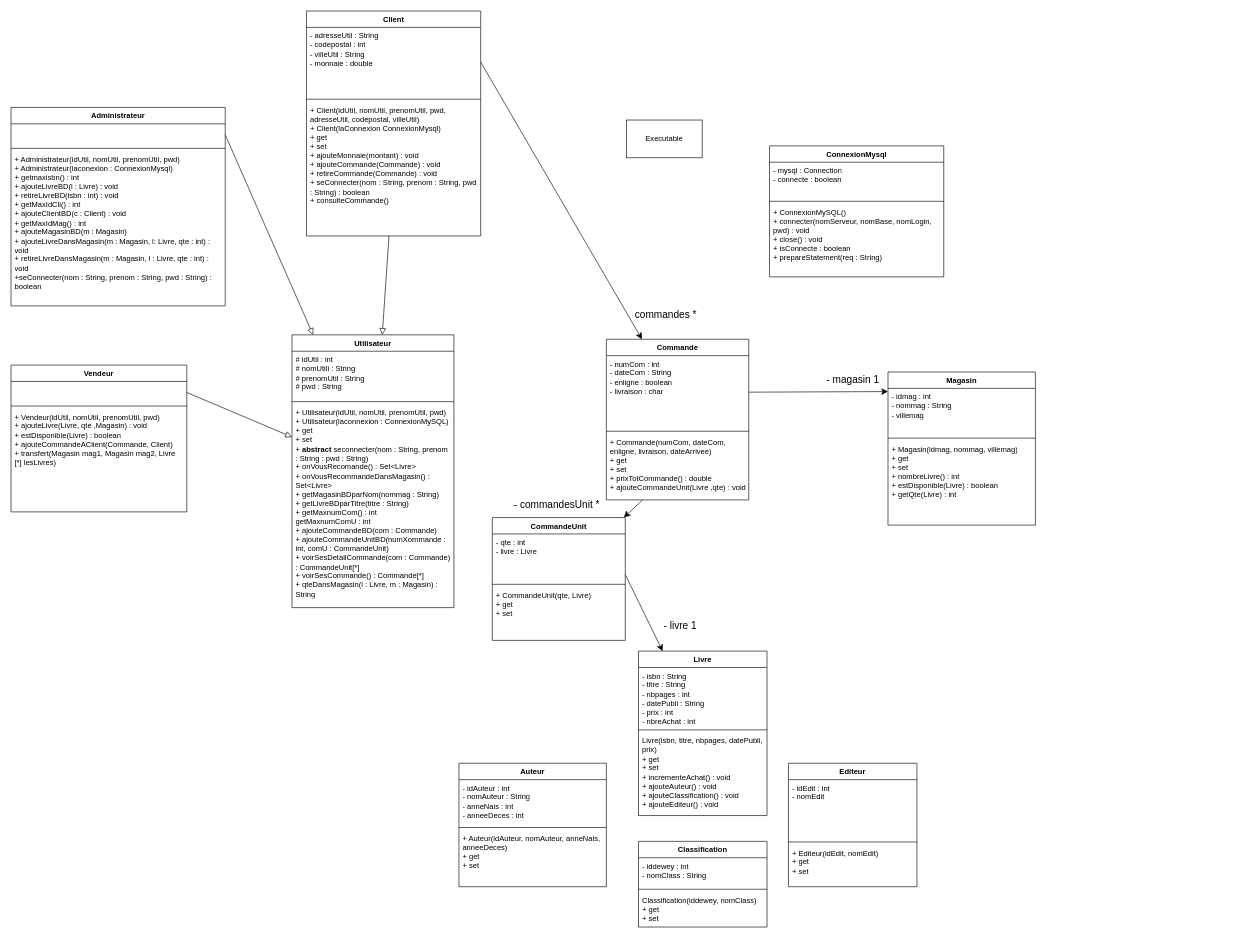
The draw.io diagram UML.drawio in BastienMonet/SAEjava2.03, before the edit. Source tidied: cells renumbered, new cells numbered last; positions are measured from the earlier drawing's top-left corner, leaving out a move shared by most shapes. Both pictures are drawn from the tidied source at 63%, with x=0, y=0 at pixel (11, 11).
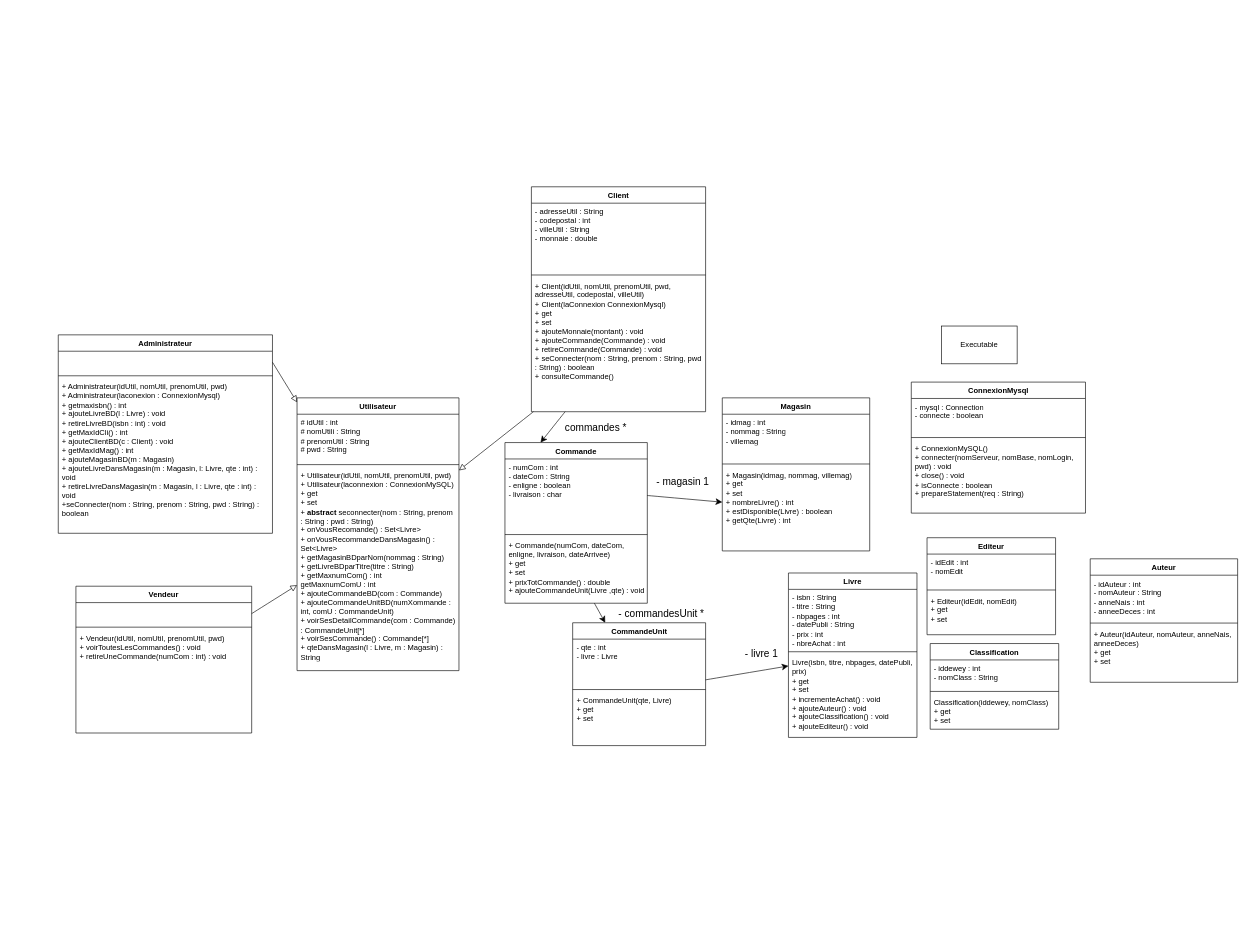
Above is the later version.

Commit message:
ajout vendeur UML

Unchanged cells that the change refers to:
```xml
<mxCell id="12" value="&lt;div&gt;- numCom : int&lt;/div&gt;&lt;div&gt;- dateCom : String&lt;/div&gt;&lt;div&gt;- enligne : boolean&lt;/div&gt;&lt;div&gt;- livraison : char&lt;/div&gt;&lt;div&gt;&lt;br&gt;&lt;/div&gt;" style="text;strokeColor=none;fillColor=none;align=left;verticalAlign=top;spacingLeft=4;spacingRight=4;overflow=hidden;points=[[0,0.5],[1,0.5]];portConstraint=eastwest;whiteSpace=wrap;html=1;" parent="11" vertex="1">
  <mxGeometry y="26" width="226" height="116" as="geometry" />
</mxCell>
<mxCell id="28" value="&lt;div&gt;- idmag : int&lt;/div&gt;&lt;div&gt;- nommag : String&lt;/div&gt;&lt;div&gt;- villemag&lt;/div&gt;" style="text;strokeColor=none;fillColor=none;align=left;verticalAlign=top;spacingLeft=4;spacingRight=4;overflow=hidden;points=[[0,0.5],[1,0.5]];portConstraint=eastwest;whiteSpace=wrap;html=1;" parent="27" vertex="1">
  <mxGeometry y="26" width="234" height="75" as="geometry" />
</mxCell>
<mxCell id="30" value="&lt;div&gt;&lt;div&gt;+ Magasin(idmag, nommag, villemag)&lt;/div&gt;&lt;div&gt;+ get&lt;/div&gt;&lt;div&gt;+ set&lt;/div&gt;&lt;/div&gt;&lt;div&gt;+ nombreLivre() : int&lt;/div&gt;&lt;div&gt;+ estDisponible(Livre) : boolean&lt;/div&gt;&lt;div&gt;&lt;span style=&quot;background-color: transparent;&quot;&gt;+ getQte(Livre) : int&lt;/span&gt;&lt;/div&gt;" style="text;strokeColor=none;fillColor=none;align=left;verticalAlign=top;spacingLeft=4;spacingRight=4;overflow=hidden;points=[[0,0.5],[1,0.5]];portConstraint=eastwest;whiteSpace=wrap;html=1;" parent="27" vertex="1">
  <mxGeometry y="109" width="234" height="134" as="geometry" />
</mxCell>
<mxCell id="32" value="&lt;div&gt;- adresseUtil : String&lt;/div&gt;&lt;div&gt;- codepostal : int&lt;/div&gt;&lt;div&gt;- villeUtil : String &lt;br&gt;&lt;/div&gt;&lt;div&gt;- monnaie : double&lt;/div&gt;" style="text;strokeColor=none;fillColor=none;align=left;verticalAlign=top;spacingLeft=4;spacingRight=4;overflow=hidden;points=[[0,0.5],[1,0.5]];portConstraint=eastwest;whiteSpace=wrap;html=1;" parent="31" vertex="1">
  <mxGeometry y="26" width="276.5" height="110" as="geometry" />
</mxCell>
<mxCell id="34" value="&lt;div&gt;+ Client(idUtil, nomUtil, prenomUtil, pwd, adresseUtil, codepostal, villeUtil)&lt;/div&gt;&lt;div&gt;+ Client(laConnexion ConnexionMysql)&lt;/div&gt;&lt;div&gt;+ get&lt;/div&gt;&lt;div&gt;+ set&lt;/div&gt;&lt;div&gt;+ ajouteMonnaie(montant) : void&lt;/div&gt;&lt;div&gt;+ ajouteCommande(Commande) : void&lt;/div&gt;&lt;div&gt;+ retireCommande(Commande) : void&lt;/div&gt;&lt;div&gt;+ seConnecter(nom : String, prenom : String, pwd : String) : boolean&lt;/div&gt;&lt;div&gt;+ consulteCommande()&lt;/div&gt;" style="text;strokeColor=none;fillColor=none;align=left;verticalAlign=top;spacingLeft=4;spacingRight=4;overflow=hidden;points=[[0,0.5],[1,0.5]];portConstraint=eastwest;whiteSpace=wrap;html=1;" parent="31" vertex="1">
  <mxGeometry y="144" width="276.5" height="213" as="geometry" />
</mxCell>
```

The edit, as a diff of the source:
```diff
@@
     <mxCell id="2" value="Utilisateur" style="swimlane;fontStyle=1;align=center;verticalAlign=top;horizontal=1;startSize=26;whiteSpace=wrap;html=1;" parent="1" vertex="1">
-      <mxGeometry x="446" y="514" width="257" height="433" as="geometry" />
+      <mxGeometry x="454" y="614" width="257" height="433" as="geometry" />
     </mxCell>
@@
     <mxCell id="6" value="Livre" style="swimlane;fontStyle=1;align=center;verticalAlign=top;horizontal=1;startSize=26;whiteSpace=wrap;html=1;" parent="1" vertex="1">
-      <mxGeometry x="996" y="1016" width="204" height="261" as="geometry" />
+      <mxGeometry x="1234" y="892" width="204" height="261" as="geometry" />
     </mxCell>
@@
     <mxCell id="11" value="Commande" style="swimlane;fontStyle=1;align=center;verticalAlign=top;horizontal=1;startSize=26;whiteSpace=wrap;html=1;" parent="1" vertex="1">
-      <mxGeometry x="945" y="521" width="226" height="255" as="geometry" />
+      <mxGeometry x="784" y="685" width="226" height="255" as="geometry" />
     </mxCell>
@@
     <mxCell id="15" value="Editeur" style="swimlane;fontStyle=1;align=center;verticalAlign=top;horizontal=1;startSize=26;whiteSpace=wrap;html=1;" parent="1" vertex="1">
-      <mxGeometry x="1234" y="1194" width="204" height="196" as="geometry" />
+      <mxGeometry x="1454" y="836" width="204" height="154" as="geometry" />
     </mxCell>
     <mxCell id="16" value="&lt;div&gt;- idEdit : int&lt;/div&gt;&lt;div&gt;- nomEdit&lt;/div&gt;" style="text;strokeColor=none;fillColor=none;align=left;verticalAlign=top;spacingLeft=4;spacingRight=4;overflow=hidden;whiteSpace=wrap;html=1;" parent="15" vertex="1">
-      <mxGeometry y="26" width="204" height="95" as="geometry" />
+      <mxGeometry y="26" width="204" height="53" as="geometry" />
     </mxCell>
     <mxCell id="17" style="line;strokeWidth=1;fillColor=none;align=left;verticalAlign=middle;spacingTop=-1;spacingLeft=3;spacingRight=3;labelPosition=right;strokeColor=inherit;" parent="15" vertex="1">
-      <mxGeometry y="121" width="204" height="8" as="geometry" />
+      <mxGeometry y="79" width="204" height="8" as="geometry" />
     </mxCell>
     <mxCell id="18" value="&lt;div&gt;+ Editeur(idEdit, nomEdit)&lt;/div&gt;&lt;div&gt;+ get&lt;/div&gt;&lt;div&gt;+ set&lt;/div&gt;" style="text;strokeColor=none;fillColor=none;align=left;verticalAlign=top;spacingLeft=4;spacingRight=4;overflow=hidden;whiteSpace=wrap;html=1;" parent="15" vertex="1">
-      <mxGeometry y="129" width="204" height="67" as="geometry" />
+      <mxGeometry y="87" width="204" height="67" as="geometry" />
     </mxCell>
     <mxCell id="19" value="Auteur" style="swimlane;fontStyle=1;align=center;verticalAlign=top;horizontal=1;startSize=26;whiteSpace=wrap;html=1;" parent="1" vertex="1">
-      <mxGeometry x="711" y="1194" width="234" height="196" as="geometry" />
+      <mxGeometry x="1713" y="869.5" width="234" height="196" as="geometry" />
     </mxCell>
@@
     <mxCell id="23" value="Classification" style="swimlane;fontStyle=1;align=center;verticalAlign=top;horizontal=1;startSize=26;whiteSpace=wrap;html=1;" parent="1" vertex="1">
-      <mxGeometry x="996" y="1318" width="204" height="136" as="geometry" />
+      <mxGeometry x="1459" y="1004" width="204" height="136" as="geometry" />
     </mxCell>
@@
     <mxCell id="27" value="Magasin" style="swimlane;fontStyle=1;align=center;verticalAlign=top;horizontal=1;startSize=26;whiteSpace=wrap;html=1;" parent="1" vertex="1">
-      <mxGeometry x="1392" y="573" width="234" height="243" as="geometry" />
+      <mxGeometry x="1129" y="614" width="234" height="243" as="geometry" />
     </mxCell>
@@
     <mxCell id="31" value="Client" style="swimlane;fontStyle=1;align=center;verticalAlign=top;horizontal=1;startSize=26;whiteSpace=wrap;html=1;" parent="1" vertex="1">
-      <mxGeometry x="469" width="276.5" height="357" as="geometry" />
+      <mxGeometry x="826" y="279" width="276.5" height="357" as="geometry" />
     </mxCell>
@@
     <mxCell id="35" value="Administrateur" style="swimlane;fontStyle=1;align=center;verticalAlign=top;horizontal=1;startSize=26;whiteSpace=wrap;html=1;" parent="1" vertex="1">
-      <mxGeometry y="153" width="340" height="315" as="geometry" />
+      <mxGeometry x="75" y="514" width="340" height="315" as="geometry" />
     </mxCell>
@@
-    <mxCell id="39" style="edgeStyle=none;curved=1;rounded=0;jettySize=auto;html=1;exitX=1;exitY=0.5;exitDx=0;exitDy=0;entryX=0;entryY=0.067;entryDx=0;entryDy=0;fontSize=12;startSize=8;endSize=8;entryPerimeter=0;" parent="1" edge="1" source="12" target="28">
+    <mxCell id="39" style="edgeStyle=none;curved=1;rounded=0;jettySize=auto;html=1;exitX=1;exitY=0.5;exitDx=0;exitDy=0;fontSize=12;startSize=8;endSize=8;" parent="1" edge="1" source="12" target="30">
       <mxGeometry relative="1" as="geometry" />
     </mxCell>
     <mxCell id="40" value="- magasin 1" style="text;html=1;align=center;verticalAlign=middle;strokeColor=none;fillColor=none;fontSize=16;" parent="1" vertex="1">
-      <mxGeometry x="1285" y="569" width="102" height="31" as="geometry" />
+      <mxGeometry x="1015" y="731" width="102" height="31" as="geometry" />
     </mxCell>
     <mxCell id="41" value="CommandeUnit" style="swimlane;fontStyle=1;align=center;verticalAlign=top;horizontal=1;startSize=26;whiteSpace=wrap;html=1;" parent="1" vertex="1">
-      <mxGeometry x="764" y="804" width="211" height="195" as="geometry" />
+      <mxGeometry x="891.5" y="971" width="211" height="195" as="geometry" />
     </mxCell>
@@
     <mxCell id="47" value="Vendeur" style="swimlane;fontStyle=1;align=center;verticalAlign=top;horizontal=1;startSize=26;whiteSpace=wrap;html=1;" parent="1" vertex="1">
-      <mxGeometry y="562" width="279" height="233" as="geometry" />
+      <mxGeometry x="103" y="913" width="279" height="233" as="geometry" />
     </mxCell>
@@
-    <mxCell id="50" value="&lt;div&gt;+ Vendeur(idUtil, nomUtil, prenomUtil, pwd)&lt;/div&gt;&lt;div&gt;&lt;div&gt;+ ajouteLivre(Livre, qte ,Magasin) : void&lt;/div&gt;&lt;div&gt;+ estDisponible(Livre) : boolean&lt;/div&gt;&lt;div&gt;+ ajouteCommandeAClient(Commande, Client)&lt;/div&gt;&lt;div&gt;&lt;div&gt;+ transfert(Magasin mag1, Magasin mag2, Livre [*] lesLivres)&lt;/div&gt;&lt;/div&gt;&lt;br&gt;&lt;/div&gt;" style="text;strokeColor=none;fillColor=none;align=left;verticalAlign=top;spacingLeft=4;spacingRight=4;overflow=hidden;whiteSpace=wrap;html=1;" parent="47" vertex="1">
+    <mxCell id="50" value="&lt;div&gt;+ Vendeur(idUtil, nomUtil, prenomUtil, pwd)&lt;/div&gt;&lt;div&gt;&lt;div&gt;+ voirToutesLesCommandes() : void&lt;/div&gt;&lt;div&gt;+ retireUneCommande(numCom : int) : void&lt;/div&gt;&lt;br&gt;&lt;/div&gt;" style="text;strokeColor=none;fillColor=none;align=left;verticalAlign=top;spacingLeft=4;spacingRight=4;overflow=hidden;whiteSpace=wrap;html=1;" parent="47" vertex="1">
       <mxGeometry y="69" width="279" height="164" as="geometry" />
     </mxCell>
@@
-    <mxCell id="52" style="edgeStyle=none;curved=1;rounded=0;jettySize=auto;html=1;entryX=0.25;entryY=0;entryDx=0;entryDy=0;fontSize=12;startSize=8;endSize=8;exitX=1;exitY=0.5;exitDx=0;exitDy=0;" parent="1" edge="1" source="32" target="11">
+    <mxCell id="52" style="edgeStyle=none;curved=1;rounded=0;jettySize=auto;html=1;entryX=0.25;entryY=0;entryDx=0;entryDy=0;fontSize=12;startSize=8;endSize=8;" parent="1" edge="1" source="34" target="11">
       <mxGeometry relative="1" as="geometry" />
     </mxCell>
     <mxCell id="53" value="commandes *" style="text;html=1;align=center;verticalAlign=middle;strokeColor=none;fillColor=none;fontSize=16;" parent="1" vertex="1">
-      <mxGeometry x="981" y="465" width="116" height="31" as="geometry" />
+      <mxGeometry x="870" y="645" width="116" height="31" as="geometry" />
     </mxCell>
@@
     <mxCell id="55" value="- livre 1" style="text;html=1;align=center;verticalAlign=middle;strokeColor=none;fillColor=none;fontSize=16;" parent="1" vertex="1">
-      <mxGeometry x="1027" y="959" width="70" height="31" as="geometry" />
+      <mxGeometry x="1156" y="1004" width="70" height="31" as="geometry" />
     </mxCell>
     <mxCell id="56" value="- commandesUnit *" style="text;html=1;align=center;verticalAlign=middle;strokeColor=none;fillColor=none;fontSize=16;" parent="1" vertex="1">
-      <mxGeometry x="789" y="767" width="154" height="31" as="geometry" />
+      <mxGeometry x="955" y="940" width="154" height="31" as="geometry" />
     </mxCell>
     <mxCell id="57" value="Executable" style="rounded=0;whiteSpace=wrap;html=1;" parent="1" vertex="1">
-      <mxGeometry x="977" y="173" width="120" height="60" as="geometry" />
+      <mxGeometry x="1477" y="500" width="120" height="60" as="geometry" />
     </mxCell>
     <mxCell id="58" value="ConnexionMysql" style="swimlane;fontStyle=1;align=center;verticalAlign=top;horizontal=1;startSize=26;whiteSpace=wrap;html=1;" parent="1" vertex="1">
-      <mxGeometry x="1204" y="214" width="276.5" height="208" as="geometry" />
+      <mxGeometry x="1429" y="589" width="276.5" height="208" as="geometry" />
     </mxCell>
```
